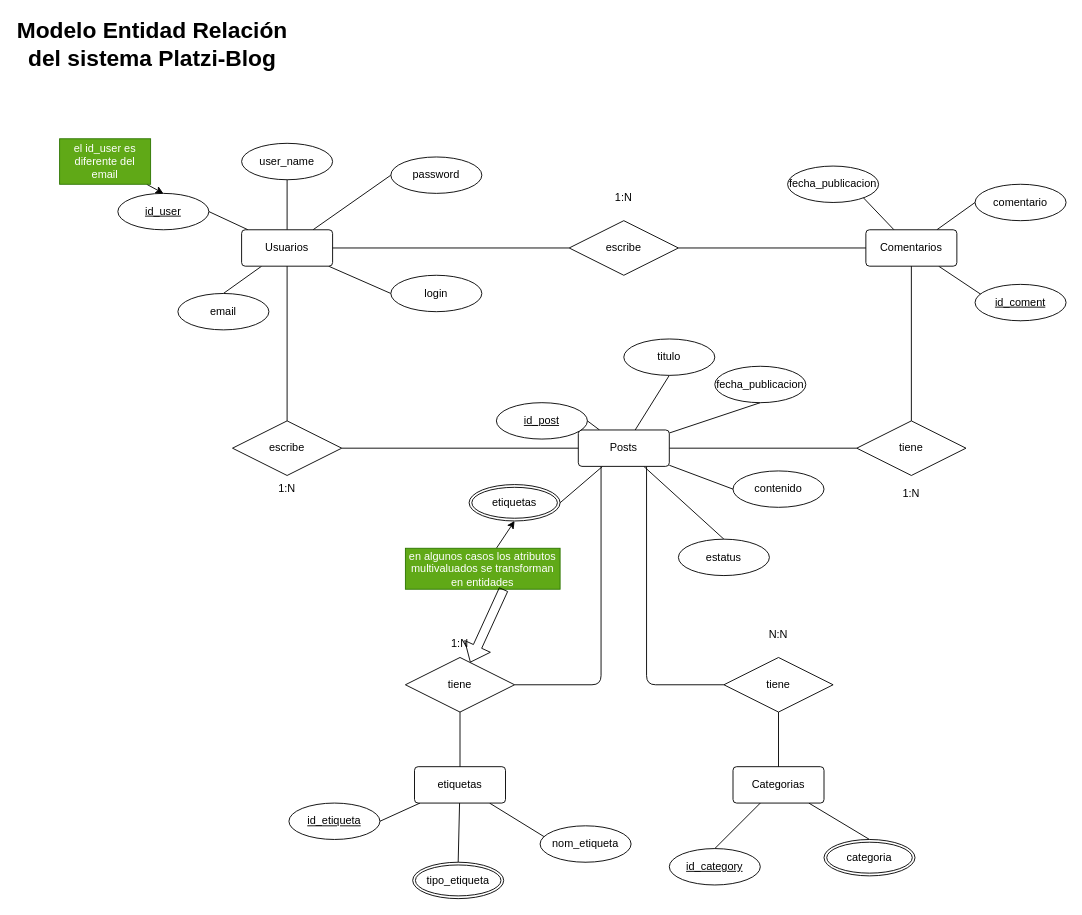
This is page "Diagrama entidad-relación" (1 of 2) of M1_Intro_DataBases-Related/platziBlog_Models.drawio from DdyYazo/Backend-SQL_Learning, a draw.io file, before an edit. Source tidied: cells renumbered, new cells numbered last; positions are measured from the earlier drawing's top-left corner, leaving out a move shared by most shapes. Both pictures are drawn from the tidied source at 91%, with x=0, y=0 at pixel (15, 29).
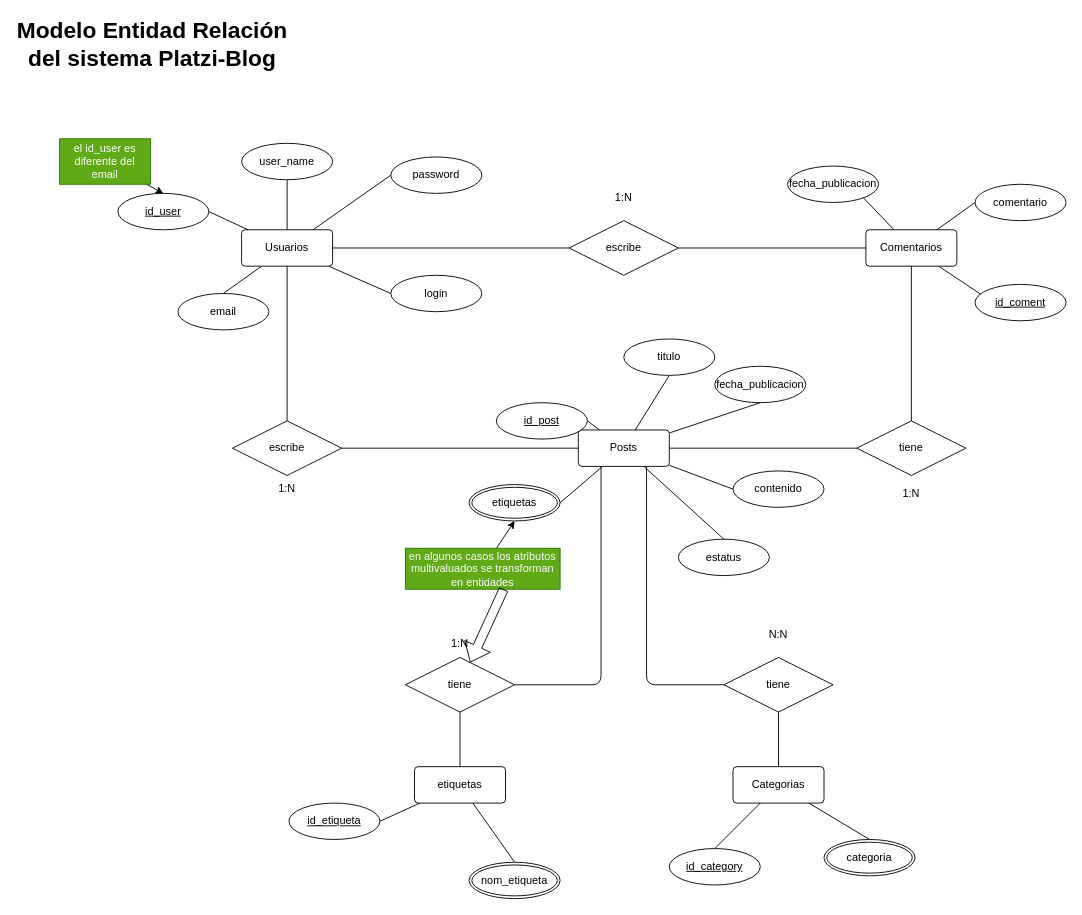
Above is the later version.

The change refers to these unchanged cells:
```xml
<mxCell id="49" value="etiquetas" style="rounded=1;arcSize=10;whiteSpace=wrap;html=1;align=center;" parent="1" vertex="1">
  <mxGeometry x="438" y="810" width="100" height="40" as="geometry" />
</mxCell>
```

Change to the diagram source:
```diff
@@
-    <mxCell id="47" style="edgeStyle=none;html=1;entryX=0.5;entryY=1;entryDx=0;entryDy=0;fontSize=12;endArrow=none;endFill=0;" parent="1" edge="1" source="49" target="51">
-      <mxGeometry relative="1" as="geometry" />
-    </mxCell>
@@
-    <mxCell id="50" value="tipo_etiqueta" style="ellipse;shape=doubleEllipse;margin=3;whiteSpace=wrap;html=1;align=center;fontSize=12;" parent="1" vertex="1">
-      <mxGeometry x="436" y="915" width="100" height="40" as="geometry" />
+    <mxCell id="50" value="nom_etiqueta" style="ellipse;shape=doubleEllipse;margin=3;whiteSpace=wrap;html=1;align=center;fontSize=12;" parent="1" vertex="1">
+      <mxGeometry x="498" y="915" width="100" height="40" as="geometry" />
     </mxCell>
-    <mxCell id="51" value="nom_etiqueta" style="ellipse;whiteSpace=wrap;html=1;align=center;fontSize=12;" parent="1" vertex="1">
-      <mxGeometry x="576" y="875" width="100" height="40" as="geometry" />
-    </mxCell>
```
